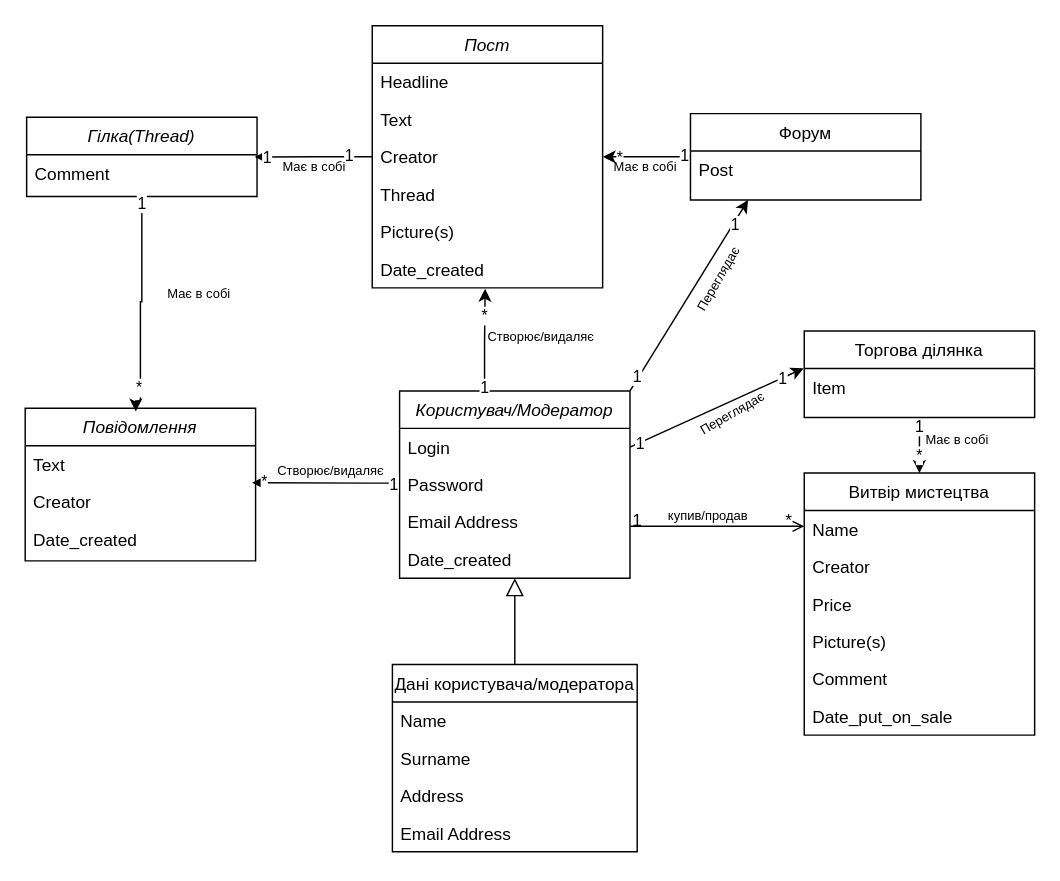
Before: 2-SoftwareDesign/2.1-UMLConceptClasses/UML-ConceptClasses.drawio in oleksandrblazhko/ai-212-yaroshuk, a draw.io diagram. Source tidied: cells renumbered, new cells numbered last; positions are measured from the earlier drawing's top-left corner, leaving out a move shared by most shapes. Both pictures are drawn from the tidied source at 144%, with x=0, y=0 at pixel (24, 24).
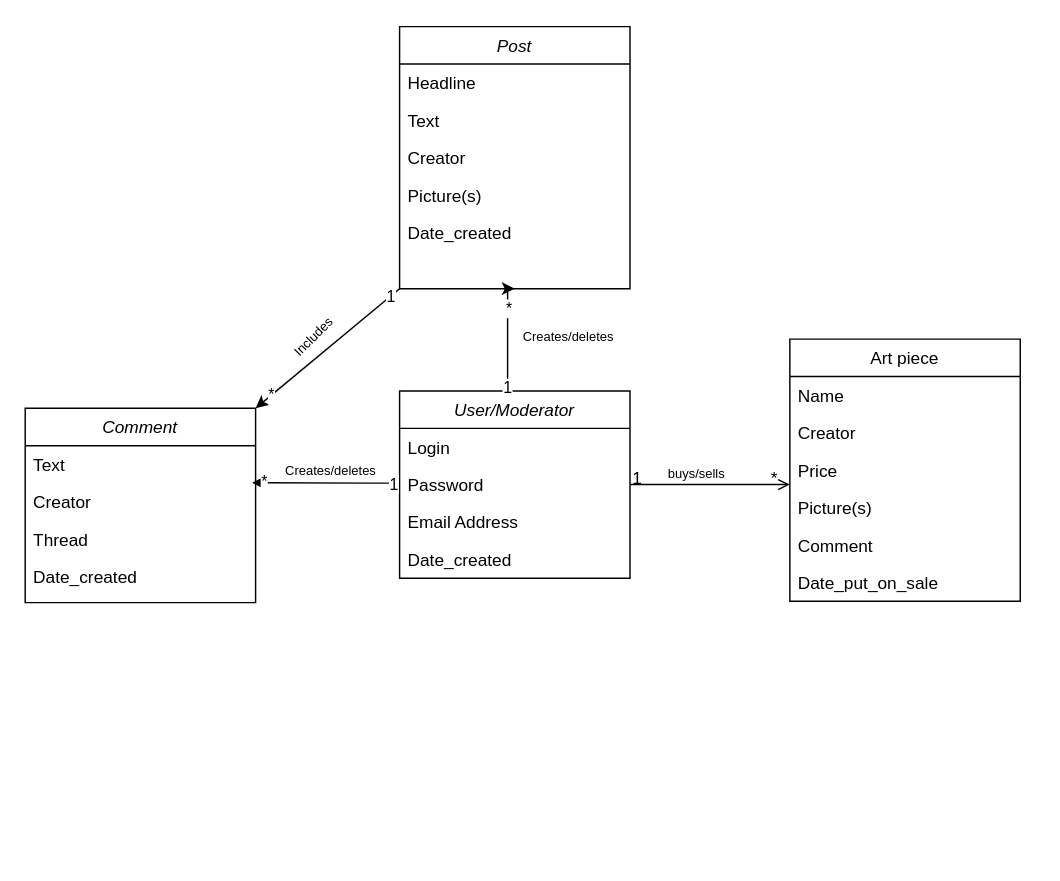
After the change.

The change refers to these unchanged cells:
```xml
<mxCell id="3" value="Login" style="text;align=left;verticalAlign=top;spacingLeft=4;spacingRight=4;overflow=hidden;points=[[0,0.5],[1,0.5]];portConstraint=eastwest;" parent="2" vertex="1">
  <mxGeometry y="26" width="160" height="26" as="geometry" />
</mxCell>
<mxCell id="20" style="endArrow=open;shadow=0;strokeWidth=1;rounded=0;endFill=1;edgeStyle=elbowEdgeStyle;elbow=vertical;" parent="1" edge="1" source="2" target="13">
  <mxGeometry x="0.5" y="41" relative="1" as="geometry">
    <mxPoint x="-40" y="32" as="offset" />
  </mxGeometry>
</mxCell>
<mxCell id="30" value="Creator" style="text;align=left;verticalAlign=top;spacingLeft=4;spacingRight=4;overflow=hidden;points=[[0,0.5],[1,0.5]];portConstraint=eastwest;rounded=0;shadow=0;html=0;" parent="27" vertex="1">
  <mxGeometry y="78" width="160" height="26" as="geometry" />
</mxCell>
```

Diff of the diagram source:
```diff
@@
-    <mxCell id="2" value="Користувач/Модератор" style="swimlane;fontStyle=2;align=center;verticalAlign=top;horizontal=1;startSize=26;rounded=0;shadow=0;strokeWidth=1;" parent="1" vertex="1">
+    <mxCell id="2" value="User/Moderator" style="swimlane;fontStyle=2;align=center;verticalAlign=top;horizontal=1;startSize=26;rounded=0;shadow=0;strokeWidth=1;" parent="1" vertex="1">
       <mxGeometry x="260" y="254" width="160" height="130" as="geometry" />
     </mxCell>
@@
-    <mxCell id="7" value="Дані користувача/модератора" style="swimlane;fontStyle=0;align=center;verticalAlign=top;horizontal=1;startSize=26;rounded=0;shadow=0;strokeWidth=1;" parent="1" vertex="1">
-      <mxGeometry x="255" y="444" width="170" height="130" as="geometry" />
-    </mxCell>
-    <mxCell id="8" value="Name" style="text;align=left;verticalAlign=top;spacingLeft=4;spacingRight=4;overflow=hidden;" parent="7" vertex="1">
-      <mxGeometry y="26" width="170" height="26" as="geometry" />
-    </mxCell>
-    <mxCell id="9" value="Surname" style="text;align=left;verticalAlign=top;spacingLeft=4;spacingRight=4;overflow=hidden;rounded=0;shadow=0;html=0;" parent="7" vertex="1">
-      <mxGeometry y="52" width="170" height="26" as="geometry" />
-    </mxCell>
-    <mxCell id="10" value="Address" style="text;align=left;verticalAlign=top;spacingLeft=4;spacingRight=4;overflow=hidden;" parent="7" vertex="1">
-      <mxGeometry y="78" width="170" height="26" as="geometry" />
-    </mxCell>
-    <mxCell id="11" value="Email Address" style="text;align=left;verticalAlign=top;spacingLeft=4;spacingRight=4;overflow=hidden;rounded=0;shadow=0;html=0;" parent="7" vertex="1">
-      <mxGeometry y="104" width="170" height="26" as="geometry" />
-    </mxCell>
-    <mxCell id="12" style="endArrow=block;endSize=10;endFill=0;shadow=0;strokeWidth=1;rounded=0;edgeStyle=elbowEdgeStyle;elbow=vertical;" parent="1" edge="1" source="7" target="2">
-      <mxGeometry relative="1" as="geometry" />
-    </mxCell>
-    <mxCell id="13" value="Витвір мистецтва" style="swimlane;fontStyle=0;align=center;verticalAlign=top;horizontal=1;startSize=26;rounded=0;shadow=0;strokeWidth=1;" parent="1" vertex="1">
-      <mxGeometry x="541" y="311" width="160" height="182" as="geometry" />
+    <mxCell id="13" value="Art piece" style="swimlane;fontStyle=0;align=center;verticalAlign=top;horizontal=1;startSize=26;rounded=0;shadow=0;strokeWidth=1;" parent="1" vertex="1">
+      <mxGeometry x="531" y="218" width="160" height="182" as="geometry" />
     </mxCell>
@@
-    <mxCell id="23" value="&lt;font style=&quot;font-size: 9px;&quot;&gt;купив/продав&lt;/font&gt;" style="text;html=1;align=center;verticalAlign=middle;labelBackgroundColor=none;rounded=0;shadow=0;strokeWidth=1;fontSize=12;" parent="20" vertex="1">
+    <mxCell id="23" value="&lt;font style=&quot;font-size: 9px;&quot;&gt;buys/sells&lt;/font&gt;" style="text;html=1;align=center;verticalAlign=middle;labelBackgroundColor=none;rounded=0;shadow=0;strokeWidth=1;fontSize=12;" parent="20" vertex="1">
       <mxGeometry x="0.5" y="49" relative="1" as="geometry">
         <mxPoint x="-38" y="40" as="offset" />
       </mxGeometry>
     </mxCell>
-    <mxCell id="24" style="edgeStyle=orthogonalEdgeStyle;rounded=0;jettySize=auto;html=1;entryX=0.99;entryY=0.042;entryDx=0;entryDy=0;entryPerimeter=0;" parent="1" edge="1" source="27">
-      <mxGeometry relative="1" as="geometry">
-        <mxPoint x="159.4" y="91.5" as="targetPoint" />
-      </mxGeometry>
-    </mxCell>
-    <mxCell id="25" value="1" style="edgeLabel;html=1;align=center;verticalAlign=middle;" parent="24" vertex="1">
-      <mxGeometry x="0.8" relative="1" as="geometry" />
-    </mxCell>
-    <mxCell id="26" value="1" style="edgeLabel;html=1;align=center;verticalAlign=middle;" parent="24" vertex="1">
-      <mxGeometry x="-0.58" y="-1" relative="1" as="geometry" />
-    </mxCell>
-    <mxCell id="27" value="Пост" style="swimlane;fontStyle=2;align=center;verticalAlign=top;horizontal=1;startSize=26;rounded=0;shadow=0;strokeWidth=1;" parent="1" vertex="1">
-      <mxGeometry x="241" y="0.4" width="160" height="182" as="geometry" />
+    <mxCell id="27" value="Post" style="swimlane;fontStyle=2;align=center;verticalAlign=top;horizontal=1;startSize=26;rounded=0;shadow=0;strokeWidth=1;" parent="1" vertex="1">
+      <mxGeometry x="260" y="1" width="160" height="182" as="geometry" />
     </mxCell>
@@
-    <mxCell id="31" value="Thread" style="text;align=left;verticalAlign=top;spacingLeft=4;spacingRight=4;overflow=hidden;" parent="27" vertex="1">
-      <mxGeometry y="104" width="160" height="26" as="geometry" />
-    </mxCell>
     <mxCell id="32" value="Picture(s)" style="text;align=left;verticalAlign=top;spacingLeft=4;spacingRight=4;overflow=hidden;" parent="27" vertex="1">
-      <mxGeometry y="130" width="160" height="26" as="geometry" />
+      <mxGeometry y="104" width="160" height="26" as="geometry" />
     </mxCell>
     <mxCell id="33" value="Date_created" style="text;align=left;verticalAlign=top;spacingLeft=4;spacingRight=4;overflow=hidden;points=[[0,0.5],[1,0.5]];portConstraint=eastwest;" parent="27" vertex="1">
-      <mxGeometry y="156" width="160" height="26" as="geometry" />
+      <mxGeometry y="130" width="160" height="26" as="geometry" />
     </mxCell>
-    <mxCell id="34" value="Гілка(Thread)" style="swimlane;fontStyle=2;align=center;verticalAlign=top;horizontal=1;startSize=26;rounded=0;shadow=0;strokeWidth=1;" parent="1" vertex="1">
-      <mxGeometry x="1" y="63.9" width="160" height="55" as="geometry" />
-    </mxCell>
-    <mxCell id="35" value="Comment" style="text;align=left;verticalAlign=top;spacingLeft=4;spacingRight=4;overflow=hidden;rounded=0;shadow=0;html=0;" parent="34" vertex="1">
-      <mxGeometry y="26" width="160" height="26" as="geometry" />
-    </mxCell>
-    <mxCell id="36" style="edgeStyle=orthogonalEdgeStyle;rounded=0;jettySize=auto;html=1;entryX=0.49;entryY=1.024;entryDx=0;entryDy=0;entryPerimeter=0;" parent="1" edge="1" source="2" target="33">
+    <mxCell id="36" style="edgeStyle=orthogonalEdgeStyle;rounded=0;jettySize=auto;html=1;entryX=0.5;entryY=1;entryDx=0;entryDy=0;" parent="1" edge="1" source="2" target="27">
       <mxGeometry relative="1" as="geometry">
         <Array as="points">
-          <mxPoint x="319" y="221" />
-          <mxPoint x="319" y="221" />
+          <mxPoint x="335" y="231" />
+          <mxPoint x="335" y="231" />
         </Array>
       </mxGeometry>
     </mxCell>
@@
-    <mxCell id="42" value="&lt;font style=&quot;font-size: 9px;&quot;&gt;Створює/видаляє&lt;/font&gt;" style="text;html=1;strokeColor=none;fillColor=none;align=center;verticalAlign=middle;whiteSpace=wrap;rounded=0;" parent="1" vertex="1">
-      <mxGeometry x="316" y="201" width="85" height="30" as="geometry" />
+    <mxCell id="42" value="&lt;font style=&quot;font-size: 9px;&quot;&gt;Creates/deletes&lt;/font&gt;" style="text;html=1;strokeColor=none;fillColor=none;align=center;verticalAlign=middle;whiteSpace=wrap;rounded=0;" parent="1" vertex="1">
+      <mxGeometry x="335" y="201" width="85" height="30" as="geometry" />
     </mxCell>
-    <mxCell id="43" value="&lt;font style=&quot;font-size: 9px;&quot;&gt;Створює/видаляє&lt;/font&gt;" style="text;html=1;strokeColor=none;fillColor=none;align=center;verticalAlign=middle;whiteSpace=wrap;rounded=0;" parent="1" vertex="1">
+    <mxCell id="43" value="&lt;font style=&quot;font-size: 9px;&quot;&gt;Creates/deletes&lt;/font&gt;" style="text;html=1;strokeColor=none;fillColor=none;align=center;verticalAlign=middle;whiteSpace=wrap;rounded=0;" parent="1" vertex="1">
       <mxGeometry x="170" y="294" width="85" height="30" as="geometry" />
     </mxCell>
-    <mxCell id="44" value="&lt;font style=&quot;font-size: 9px;&quot;&gt;Має в собі&lt;/font&gt;" style="text;html=1;strokeColor=none;fillColor=none;align=center;verticalAlign=middle;whiteSpace=wrap;rounded=0;" parent="1" vertex="1">
-      <mxGeometry x="171" y="83.4" width="60" height="30" as="geometry" />
-    </mxCell>
-    <mxCell id="45" value="Повідомлення" style="swimlane;fontStyle=2;align=center;verticalAlign=top;horizontal=1;startSize=26;rounded=0;shadow=0;strokeWidth=1;" parent="1" vertex="1">
-      <mxGeometry y="266" width="160" height="106" as="geometry" />
+    <mxCell id="45" value="Comment" style="swimlane;fontStyle=2;align=center;verticalAlign=top;horizontal=1;startSize=26;rounded=0;shadow=0;strokeWidth=1;" parent="1" vertex="1">
+      <mxGeometry y="266" width="160" height="135" as="geometry" />
     </mxCell>
@@
+    <mxCell id="31" value="Thread" style="text;align=left;verticalAlign=top;spacingLeft=4;spacingRight=4;overflow=hidden;" parent="45" vertex="1">
+      <mxGeometry y="78" width="160" height="26" as="geometry" />
+    </mxCell>
     <mxCell id="48" value="Date_created" style="text;align=left;verticalAlign=top;spacingLeft=4;spacingRight=4;overflow=hidden;" parent="45" vertex="1">
-      <mxGeometry y="78" width="160" height="26" as="geometry" />
+      <mxGeometry y="104" width="160" height="26" as="geometry" />
     </mxCell>
-    <mxCell id="49" style="edgeStyle=orthogonalEdgeStyle;rounded=0;jettySize=auto;html=1;entryX=0.48;entryY=0.022;entryDx=0;entryDy=0;entryPerimeter=0;" parent="1" edge="1" source="34" target="45">
-      <mxGeometry relative="1" as="geometry">
-        <Array as="points">
-          <mxPoint x="81" y="192" />
-          <mxPoint x="80" y="192" />
-          <mxPoint x="80" y="261" />
-          <mxPoint x="77" y="261" />
-        </Array>
-      </mxGeometry>
-    </mxCell>
-    <mxCell id="50" value="*" style="edgeLabel;html=1;align=center;verticalAlign=middle;" parent="49" vertex="1">
-      <mxGeometry x="0.89" relative="1" as="geometry">
-        <mxPoint y="-10" as="offset" />
-      </mxGeometry>
-    </mxCell>
-    <mxCell id="51" value="1" style="edgeLabel;html=1;align=center;verticalAlign=middle;" parent="49" vertex="1">
-      <mxGeometry x="-0.94" y="-1" relative="1" as="geometry" />
-    </mxCell>
-    <mxCell id="52" value="&lt;font style=&quot;font-size: 9px;&quot;&gt;Має в собі&lt;/font&gt;" style="text;html=1;strokeColor=none;fillColor=none;align=center;verticalAlign=middle;whiteSpace=wrap;rounded=0;rotation=0;" parent="1" vertex="1">
-      <mxGeometry x="91" y="171" width="60" height="30" as="geometry" />
-    </mxCell>
-    <mxCell id="53" style="edgeStyle=orthogonalEdgeStyle;rounded=0;jettySize=auto;html=1;entryX=1;entryY=0.5;entryDx=0;entryDy=0;" parent="1" edge="1" source="56" target="30">
-      <mxGeometry relative="1" as="geometry" />
-    </mxCell>
-    <mxCell id="54" value="1" style="edgeLabel;html=1;align=center;verticalAlign=middle;" parent="53" vertex="1">
-      <mxGeometry x="-0.84" y="-1" relative="1" as="geometry" />
-    </mxCell>
-    <mxCell id="55" value="*" style="edgeLabel;html=1;align=center;verticalAlign=middle;" parent="53" vertex="1">
-      <mxGeometry x="0.64" relative="1" as="geometry" />
-    </mxCell>
-    <mxCell id="56" value="Форум" style="swimlane;fontStyle=0;align=center;verticalAlign=top;horizontal=1;startSize=26;rounded=0;shadow=0;strokeWidth=1;" parent="1" vertex="1">
-      <mxGeometry x="462" y="61.4" width="160" height="60" as="geometry" />
-    </mxCell>
-    <mxCell id="57" value="Post" style="text;align=left;verticalAlign=top;spacingLeft=4;spacingRight=4;overflow=hidden;rounded=0;shadow=0;html=0;" parent="56" vertex="1">
-      <mxGeometry y="26" width="160" height="26" as="geometry" />
-    </mxCell>
-    <mxCell id="58" value="&lt;font style=&quot;font-size: 9px;&quot;&gt;Має в собі&lt;/font&gt;" style="text;html=1;strokeColor=none;fillColor=none;align=center;verticalAlign=middle;whiteSpace=wrap;rounded=0;" parent="1" vertex="1">
-      <mxGeometry x="401" y="83.4" width="60" height="30" as="geometry" />
-    </mxCell>
-    <mxCell id="59" style="endArrow=classic;html=1;rounded=0;exitX=1;exitY=0;exitDx=0;exitDy=0;entryX=0.25;entryY=1;entryDx=0;entryDy=0;" parent="1" edge="1" source="2" target="56">
-      <mxGeometry relative="1" as="geometry" />
-    </mxCell>
-    <mxCell id="60" value="1" style="edgeLabel;html=1;align=center;verticalAlign=middle;" parent="59" vertex="1">
-      <mxGeometry x="-0.86" y="2" relative="1" as="geometry" />
-    </mxCell>
-    <mxCell id="61" value="1" style="edgeLabel;html=1;align=center;verticalAlign=middle;" parent="59" vertex="1">
-      <mxGeometry x="0.75" y="-1" relative="1" as="geometry" />
-    </mxCell>
-    <mxCell id="62" value="&lt;font style=&quot;font-size: 9px;&quot;&gt;Переглядає&lt;/font&gt;" style="text;html=1;strokeColor=none;fillColor=none;align=center;verticalAlign=middle;whiteSpace=wrap;rounded=0;rotation=-60;" parent="1" vertex="1">
-      <mxGeometry x="451" y="161" width="60" height="30" as="geometry" />
-    </mxCell>
-    <mxCell id="63" style="edgeStyle=orthogonalEdgeStyle;rounded=0;jettySize=auto;html=1;entryX=0.5;entryY=0;entryDx=0;entryDy=0;" parent="1" edge="1" source="66" target="13">
-      <mxGeometry relative="1" as="geometry" />
-    </mxCell>
-    <mxCell id="64" value="1" style="edgeLabel;html=1;align=center;verticalAlign=middle;" parent="63" vertex="1">
-      <mxGeometry x="-0.71" y="-1" relative="1" as="geometry" />
-    </mxCell>
-    <mxCell id="65" value="*" style="edgeLabel;html=1;align=center;verticalAlign=middle;" parent="63" vertex="1">
-      <mxGeometry x="0.39" y="-1" relative="1" as="geometry" />
-    </mxCell>
-    <mxCell id="66" value="Торгова ділянка" style="swimlane;fontStyle=0;align=center;verticalAlign=top;horizontal=1;startSize=26;rounded=0;shadow=0;strokeWidth=1;" parent="1" vertex="1">
-      <mxGeometry x="541" y="212.4" width="160" height="60" as="geometry" />
-    </mxCell>
-    <mxCell id="67" value="Item" style="text;align=left;verticalAlign=top;spacingLeft=4;spacingRight=4;overflow=hidden;points=[[0,0.5],[1,0.5]];portConstraint=eastwest;rounded=0;shadow=0;html=0;" parent="66" vertex="1">
-      <mxGeometry y="26" width="160" height="26" as="geometry" />
-    </mxCell>
-    <mxCell id="68" style="endArrow=classic;html=1;rounded=0;exitX=1;exitY=0.5;exitDx=0;exitDy=0;entryX=-0.002;entryY=-0.007;entryDx=0;entryDy=0;entryPerimeter=0;" parent="1" edge="1" source="3" target="67">
-      <mxGeometry relative="1" as="geometry" />
-    </mxCell>
-    <mxCell id="69" value="1" style="edgeLabel;html=1;align=center;verticalAlign=middle;" parent="68" vertex="1">
-      <mxGeometry x="0.75" relative="1" as="geometry" />
-    </mxCell>
-    <mxCell id="70" value="1" style="edgeLabel;html=1;align=center;verticalAlign=middle;" parent="68" vertex="1">
-      <mxGeometry x="-0.89" relative="1" as="geometry" />
-    </mxCell>
-    <mxCell id="71" value="&lt;font style=&quot;font-size: 9px;&quot;&gt;Переглядає&lt;/font&gt;" style="text;html=1;strokeColor=none;fillColor=none;align=center;verticalAlign=middle;whiteSpace=wrap;rounded=0;rotation=-30;" parent="1" vertex="1">
-      <mxGeometry x="461" y="254" width="60" height="30" as="geometry" />
-    </mxCell>
-    <mxCell id="72" value="&lt;font style=&quot;font-size: 9px;&quot;&gt;Має в собі&lt;/font&gt;" style="text;html=1;strokeColor=none;fillColor=none;align=center;verticalAlign=middle;whiteSpace=wrap;rounded=0;" parent="1" vertex="1">
-      <mxGeometry x="622" y="272.4" width="51" height="30" as="geometry" />
-    </mxCell>
+    <mxCell id="73" style="endArrow=classic;html=1;rounded=0;exitX=0;exitY=1;exitDx=0;exitDy=0;entryX=1;entryY=0;entryDx=0;entryDy=0;" parent="1" edge="1" source="27" target="45">
+      <mxGeometry relative="1" as="geometry" />
+    </mxCell>
+    <mxCell id="74" value="1" style="edgeLabel;html=1;align=center;verticalAlign=middle;" parent="73" vertex="1">
+      <mxGeometry x="-0.86" relative="1" as="geometry" />
+    </mxCell>
+    <mxCell id="75" value="*" style="edgeLabel;html=1;align=center;verticalAlign=middle;" parent="73" vertex="1">
+      <mxGeometry x="0.78" y="-1" relative="1" as="geometry" />
+    </mxCell>
+    <mxCell id="76" value="&lt;font style=&quot;font-size: 9px;&quot;&gt;Includes&lt;/font&gt;" style="text;html=1;strokeColor=none;fillColor=none;align=center;verticalAlign=middle;whiteSpace=wrap;rounded=0;rotation=-45;" parent="1" vertex="1">
+      <mxGeometry x="170" y="201" width="60" height="30" as="geometry" />
+    </mxCell>
```
